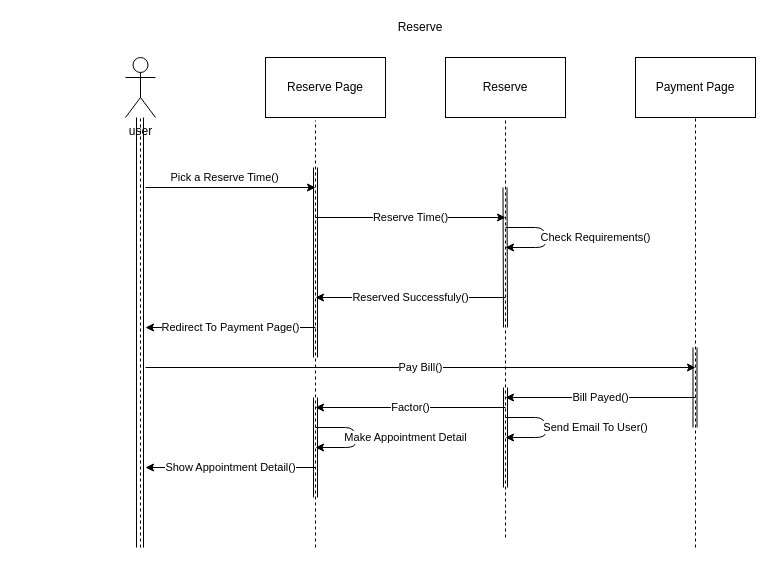
This is ReserveSD.drawio from mohammadamir98/Sama_sw1, a draw.io file, before an edit. Source tidied: cells renumbered, new cells numbered last; positions are measured from the earlier drawing's top-left corner, leaving out a move shared by most shapes. Both pictures are drawn from the tidied source at 100%, with x=0, y=0 at pixel (125, 17).
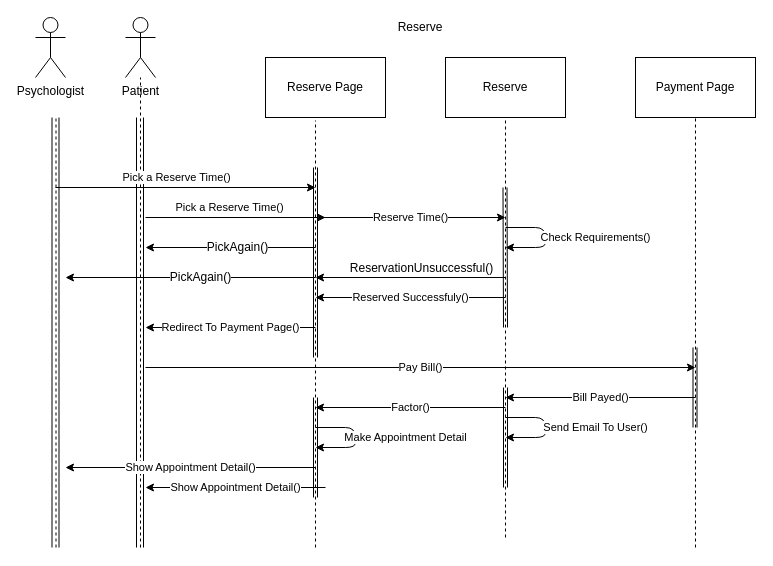
The same page after the edit.

The edit, as a diff of the source:
```diff
@@
-    <mxCell id="2" value="&lt;div&gt;user&lt;/div&gt;&lt;div&gt;&lt;br&gt;&lt;/div&gt;" style="shape=umlActor;verticalLabelPosition=bottom;labelBackgroundColor=#ffffff;verticalAlign=top;html=1;outlineConnect=0;" parent="1" vertex="1">
-      <mxGeometry y="40" width="30" height="60" as="geometry" />
+    <mxCell id="2" value="Patient" style="shape=umlActor;verticalLabelPosition=bottom;labelBackgroundColor=#ffffff;verticalAlign=top;html=1;outlineConnect=0;" parent="1" vertex="1">
+      <mxGeometry width="30" height="60" as="geometry" />
     </mxCell>
@@
     <mxCell id="8" value="Pick a Reserve Time()" style="endArrow=classic;html=1;" parent="1" edge="1">
       <mxGeometry x="-0.07" y="10" relative="1" as="geometry">
-        <mxPoint x="20" y="170" as="sourcePoint" />
+        <mxPoint x="-70" y="170" as="sourcePoint" />
         <mxPoint x="190" y="170" as="targetPoint" />
       </mxGeometry>
     </mxCell>
@@
     <mxCell id="26" value="Show Appointment Detail()" style="endArrow=classic;html=1;" parent="1" edge="1">
       <mxGeometry relative="1" as="geometry">
         <mxPoint x="190" y="450" as="sourcePoint" />
-        <mxPoint x="20" y="450" as="targetPoint" />
+        <mxPoint x="-60" y="450" as="targetPoint" />
       </mxGeometry>
     </mxCell>
@@
+    <mxCell id="28" style="endArrow=classic;html=1;" parent="1" edge="1">
+      <mxGeometry relative="1" as="geometry">
+        <mxPoint x="380" y="260" as="sourcePoint" />
+        <mxPoint x="190" y="260" as="targetPoint" />
+      </mxGeometry>
+    </mxCell>
+    <mxCell id="29" value="ReservationUnsuccessful()&lt;br&gt;" style="text;html=1;align=center;verticalAlign=middle;labelBackgroundColor=#ffffff;" parent="28" vertex="1">
+      <mxGeometry x="-0.33" y="-3" relative="1" as="geometry">
+        <mxPoint x="-21" y="-7" as="offset" />
+      </mxGeometry>
+    </mxCell>
+    <mxCell id="30" style="endArrow=classic;html=1;" parent="1" edge="1">
+      <mxGeometry relative="1" as="geometry">
+        <mxPoint x="190" y="260" as="sourcePoint" />
+        <mxPoint x="-60" y="260" as="targetPoint" />
+      </mxGeometry>
+    </mxCell>
+    <mxCell id="31" value="PickAgain()&lt;br&gt;" style="text;html=1;align=center;verticalAlign=middle;labelBackgroundColor=#ffffff;" parent="30" vertex="1">
+      <mxGeometry x="-0.07" y="-1" relative="1" as="geometry" />
+    </mxCell>
+    <mxCell id="32" style="endArrow=none;dashed=1;html=1;" parent="1" edge="1">
+      <mxGeometry relative="1" as="geometry">
+        <mxPoint x="-69.5" y="530" as="sourcePoint" />
+        <mxPoint x="-69.5" y="100" as="targetPoint" />
+      </mxGeometry>
+    </mxCell>
+    <mxCell id="33" style="shape=link;html=1;width=7;" parent="1" edge="1">
+      <mxGeometry relative="1" as="geometry">
+        <mxPoint x="-70" y="530" as="sourcePoint" />
+        <mxPoint x="-70" y="100" as="targetPoint" />
+      </mxGeometry>
+    </mxCell>
+    <mxCell id="34" value="Psychologist" style="shape=umlActor;verticalLabelPosition=bottom;labelBackgroundColor=#ffffff;verticalAlign=top;html=1;" parent="1" vertex="1">
+      <mxGeometry x="-90" width="30" height="60" as="geometry" />
+    </mxCell>
+    <mxCell id="35" style="endArrow=classic;html=1;" parent="1" edge="1">
+      <mxGeometry relative="1" as="geometry">
+        <mxPoint x="190" y="230" as="sourcePoint" />
+        <mxPoint x="20" y="230" as="targetPoint" />
+      </mxGeometry>
+    </mxCell>
+    <mxCell id="36" value="PickAgain()&lt;br&gt;" style="text;html=1;align=center;verticalAlign=middle;labelBackgroundColor=#ffffff;" parent="35" vertex="1">
+      <mxGeometry x="-0.07" y="-1" relative="1" as="geometry" />
+    </mxCell>
+    <mxCell id="37" value="Pick a Reserve Time()" style="endArrow=classic;html=1;" parent="1" edge="1">
+      <mxGeometry x="-0.07" y="10" relative="1" as="geometry">
+        <mxPoint x="20" y="200" as="sourcePoint" />
+        <mxPoint x="200" y="200" as="targetPoint" />
+      </mxGeometry>
+    </mxCell>
+    <mxCell id="38" value="Show Appointment Detail()" style="endArrow=classic;html=1;" parent="1" edge="1">
+      <mxGeometry relative="1" as="geometry">
+        <mxPoint x="200" y="470" as="sourcePoint" />
+        <mxPoint x="20" y="470" as="targetPoint" />
+      </mxGeometry>
+    </mxCell>
```
